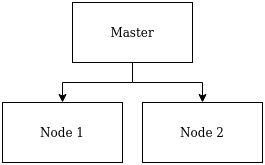
ledleledle/blog keeps this draw.io diagram as p/setup-kubernetes-cluster-pada-aws-educate-mulai-dari-penyiapan-server-sampai-selesai/infra.png. Above is the earlier version. Source tidied: cells renumbered, new cells last; positions are measured from the earlier drawing's top-left corner, leaving out a move shared by most shapes.
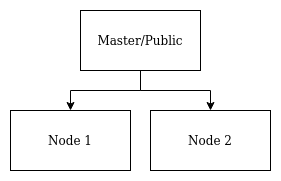
After the change.

The edit, as a diff of the source:
```diff
@@ -8,7 +8,7 @@
     <mxCell id="3" style="edgeStyle=orthogonalEdgeStyle;rounded=0;jettySize=auto;html=1;" parent="1" edge="1" source="4" target="6">
       <mxGeometry relative="1" as="geometry" />
     </mxCell>
-    <mxCell id="4" value="Master" style="rounded=0;whiteSpace=wrap;html=1;" parent="1" vertex="1">
+    <mxCell id="4" value="Master/Public" style="rounded=0;whiteSpace=wrap;html=1;" parent="1" vertex="1">
       <mxGeometry x="70" width="120" height="60" as="geometry" />
     </mxCell>
     <mxCell id="5" value="Node 1" style="rounded=0;whiteSpace=wrap;html=1;" parent="1" vertex="1">
```
